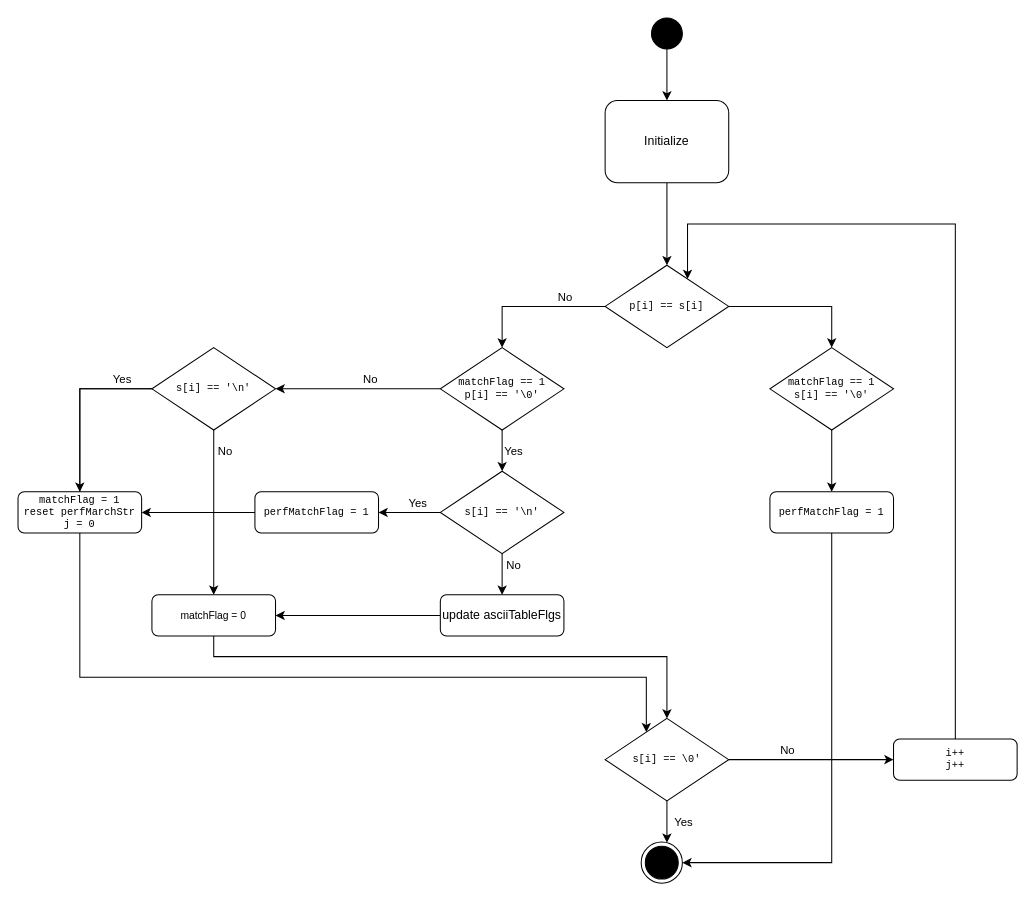
Above: project_01/keyfilter.drawio in Tetour/FIT_IZP (draw.io), before the change. Source tidied: cells renumbered, new cells numbered last; positions are measured from the earlier drawing's top-left corner, leaving out a move shared by most shapes. Both pictures are drawn from the tidied source at 103%, with x=0, y=0 at pixel (18, 18).
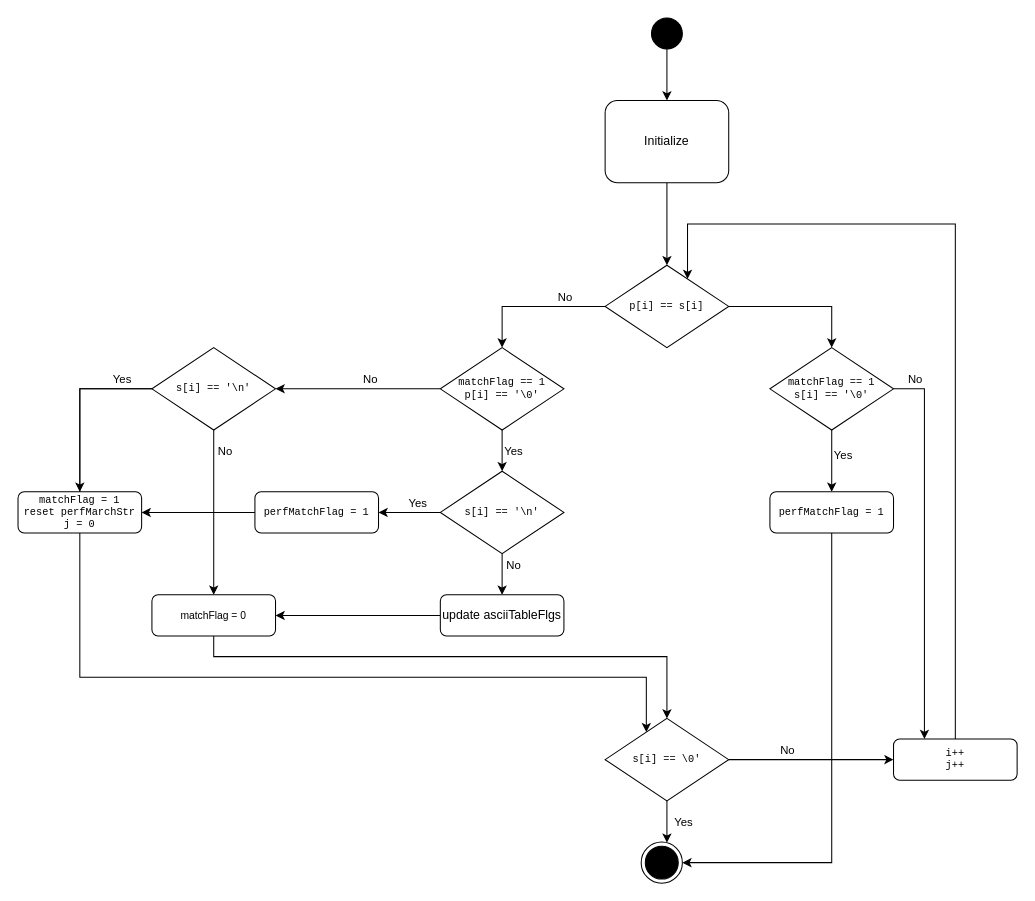
The same page after the edit.

The change refers to these unchanged cells:
```xml
<mxCell id="30" style="edgeStyle=orthogonalEdgeStyle;rounded=0;jettySize=auto;html=1;" parent="1" edge="1" source="31" target="44">
  <mxGeometry relative="1" as="geometry" />
</mxCell>
<mxCell id="31" value="&lt;div style=&quot;font-size: 10px;&quot; align=&quot;center&quot;&gt;&lt;pre&gt;matchFlag == 1&lt;br&gt;s[i] == '\0'&lt;br&gt;&lt;/pre&gt;&lt;/div&gt;" style="rhombus;whiteSpace=wrap;html=1;hachureGap=4;fontFamily=Architects Daughter;fontSize=20;rounded=0;" parent="1" vertex="1">
  <mxGeometry x="730" y="320" width="120" height="80" as="geometry" />
</mxCell>
<mxCell id="35" value="&lt;pre style=&quot;font-size: 10px;&quot;&gt;&lt;font style=&quot;font-size: 10px;&quot;&gt;i++&lt;br&gt;j++&lt;br&gt;&lt;/font&gt;&lt;/pre&gt;" style="rounded=1;whiteSpace=wrap;html=1;" parent="1" vertex="1">
  <mxGeometry x="850" y="700" width="120" height="40" as="geometry" />
</mxCell>
```

Change to the diagram source:
```diff
@@
+    <mxCell id="45" value="&lt;div&gt;Yes&lt;/div&gt;" style="edgeLabel;html=1;align=center;verticalAlign=middle;" parent="30" vertex="1">
+      <mxGeometry x="-0.2" y="3" relative="1" as="geometry">
+        <mxPoint x="7" as="offset" />
+      </mxGeometry>
+    </mxCell>
+    <mxCell id="46" style="edgeStyle=orthogonalEdgeStyle;rounded=0;jettySize=auto;html=1;entryX=0.25;entryY=0;entryDx=0;entryDy=0;" parent="1" edge="1" source="31" target="35">
+      <mxGeometry relative="1" as="geometry">
+        <Array as="points">
+          <mxPoint x="880" y="360" />
+        </Array>
+      </mxGeometry>
+    </mxCell>
+    <mxCell id="47" value="&lt;div&gt;No&lt;/div&gt;" style="edgeLabel;html=1;align=center;verticalAlign=middle;" parent="46" vertex="1">
+      <mxGeometry x="-0.87" y="1" relative="1" as="geometry">
+        <mxPoint x="-4" y="-9" as="offset" />
+      </mxGeometry>
+    </mxCell>
```
